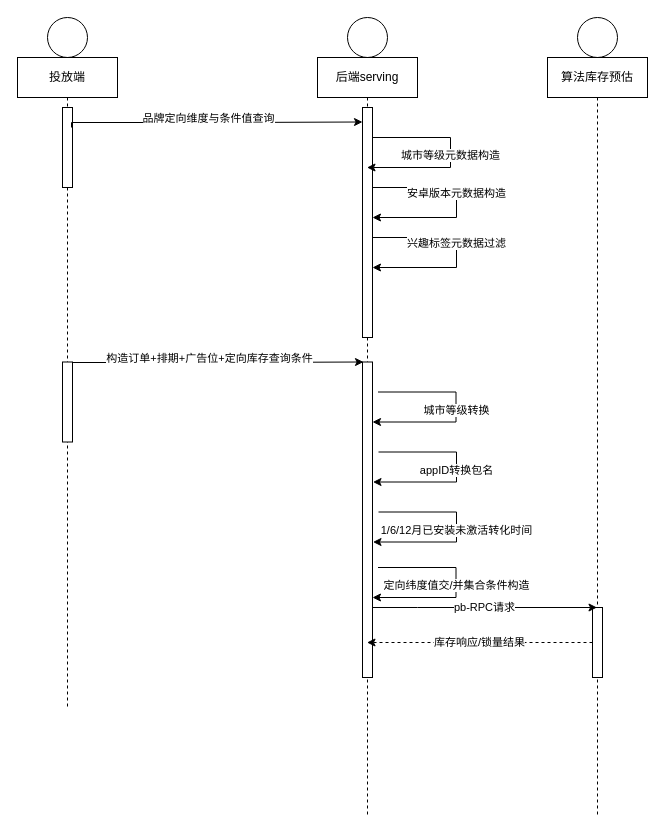
karlchan-cn/drawio-repository keeps this draw.io diagram as 品牌广告定向包管理.drawio. Above is the earlier version. Source tidied: cells renumbered, new cells numbered last; positions are measured from the earlier drawing's top-left corner, leaving out a move shared by most shapes. Both pictures are drawn from the tidied source at 100%, with x=0, y=0 at pixel (17, 17).
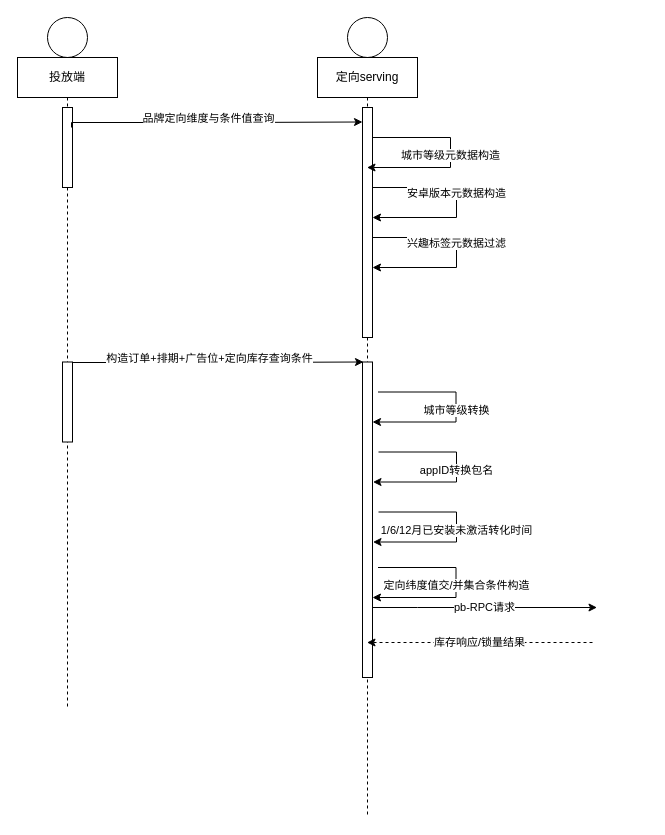
After the change.

Commit message:
Update 品牌广告定向包管理.drawio

Unchanged cells that the change refers to:
```xml
<mxCell id="15" style="html=1;points=[];perimeter=orthogonalPerimeter;" parent="1" vertex="1">
  <mxGeometry x="345" y="344.5" width="10" height="315.5" as="geometry" />
</mxCell>
```

Change to the diagram source:
```diff
@@
-    <mxCell id="3" value="后端serving" style="shape=umlLifeline;perimeter=lifelinePerimeter;whiteSpace=wrap;html=1;outlineConnect=0;" parent="1" vertex="1">
+    <mxCell id="3" value="定向serving" style="shape=umlLifeline;perimeter=lifelinePerimeter;whiteSpace=wrap;html=1;outlineConnect=0;" parent="1" vertex="1">
       <mxGeometry x="300" y="40" width="100" height="760" as="geometry" />
     </mxCell>
@@
-    <mxCell id="11" style="shape=umlLifeline;participant=umlEntity;perimeter=lifelinePerimeter;whiteSpace=wrap;html=1;verticalAlign=top;spacingTop=36;" parent="1" vertex="1">
-      <mxGeometry x="560" width="40" height="40" as="geometry" />
-    </mxCell>
-    <mxCell id="12" value="算法库存预估" style="shape=umlLifeline;perimeter=lifelinePerimeter;whiteSpace=wrap;html=1;outlineConnect=0;" parent="1" vertex="1">
-      <mxGeometry x="530" y="40" width="100" height="760" as="geometry" />
-    </mxCell>
-    <mxCell id="13" style="html=1;points=[];perimeter=orthogonalPerimeter;" parent="12" vertex="1">
-      <mxGeometry x="45" y="550" width="10" height="70" as="geometry" />
-    </mxCell>
-    <mxCell id="14" value="pb-RPC请求" style="edgeStyle=orthogonalEdgeStyle;rounded=0;jettySize=auto;html=1;" parent="1" edge="1" source="15" target="12">
+    <mxCell id="14" value="pb-RPC请求" style="edgeStyle=orthogonalEdgeStyle;rounded=0;jettySize=auto;html=1;" parent="1" edge="1" source="15">
       <mxGeometry relative="1" as="geometry">
+        <mxPoint x="579.5" y="590" as="targetPoint" />
         <Array as="points">
           <mxPoint x="400" y="590" />
           <mxPoint x="400" y="590" />
         </Array>
       </mxGeometry>
     </mxCell>
@@
-    <mxCell id="25" value="库存响应/锁量结果" style="edgeStyle=orthogonalEdgeStyle;rounded=0;jettySize=auto;html=1;dashed=1;" parent="1" edge="1" source="13" target="3">
+    <mxCell id="25" value="库存响应/锁量结果" style="edgeStyle=orthogonalEdgeStyle;rounded=0;jettySize=auto;html=1;dashed=1;" parent="1" edge="1" target="3">
       <mxGeometry relative="1" as="geometry">
+        <mxPoint x="575" y="625" as="sourcePoint" />
         <Array as="points">
           <mxPoint x="420" y="625" />
           <mxPoint x="420" y="625" />
         </Array>
       </mxGeometry>
     </mxCell>
```
